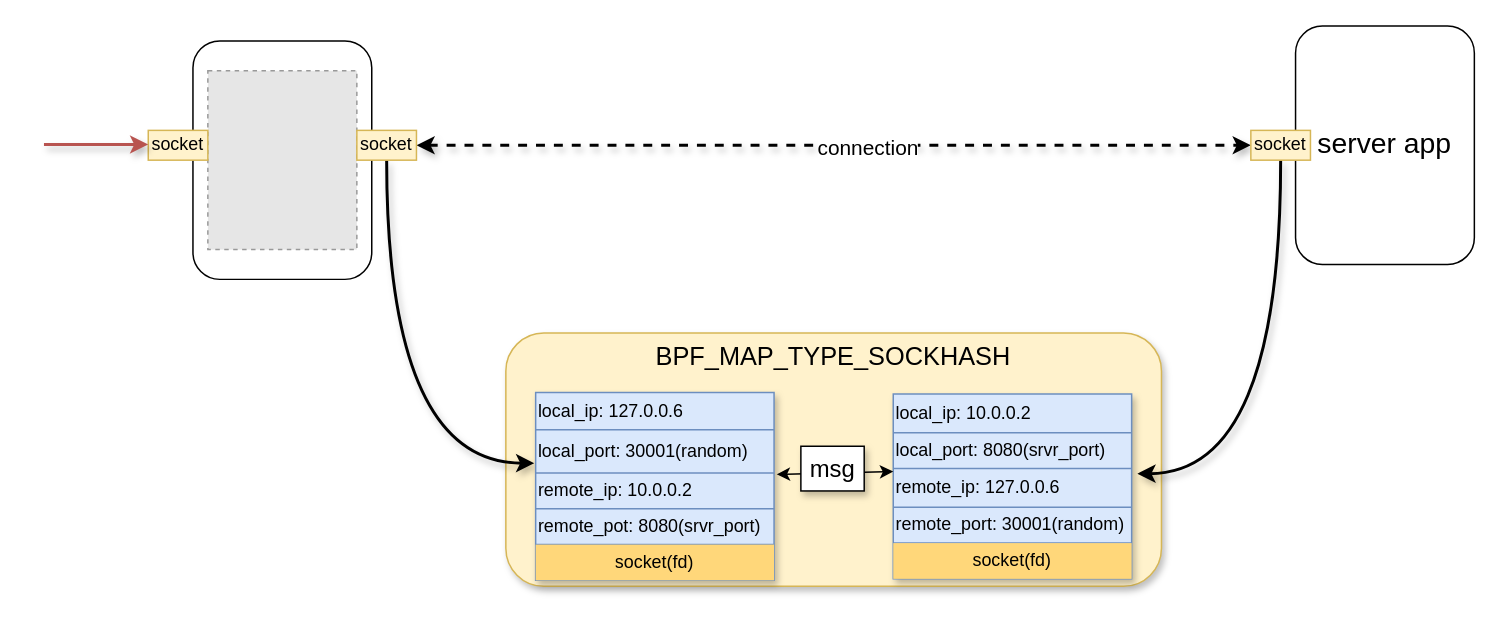
The draw.io diagram istio_dataflow/ingress_egress_envoy_to_envoy/Ingress_acceleration.drawio in LuyaoZhong/Documents, before the edit. Source tidied: cells renumbered, new cells numbered last; positions are measured from the earlier drawing's top-left corner, leaving out a move shared by most shapes. Both pictures are drawn from the tidied source at 149%, with x=0, y=0 at pixel (43, 25). Pictures stored in the file or linked from it are replaced by grey dashed boxes.
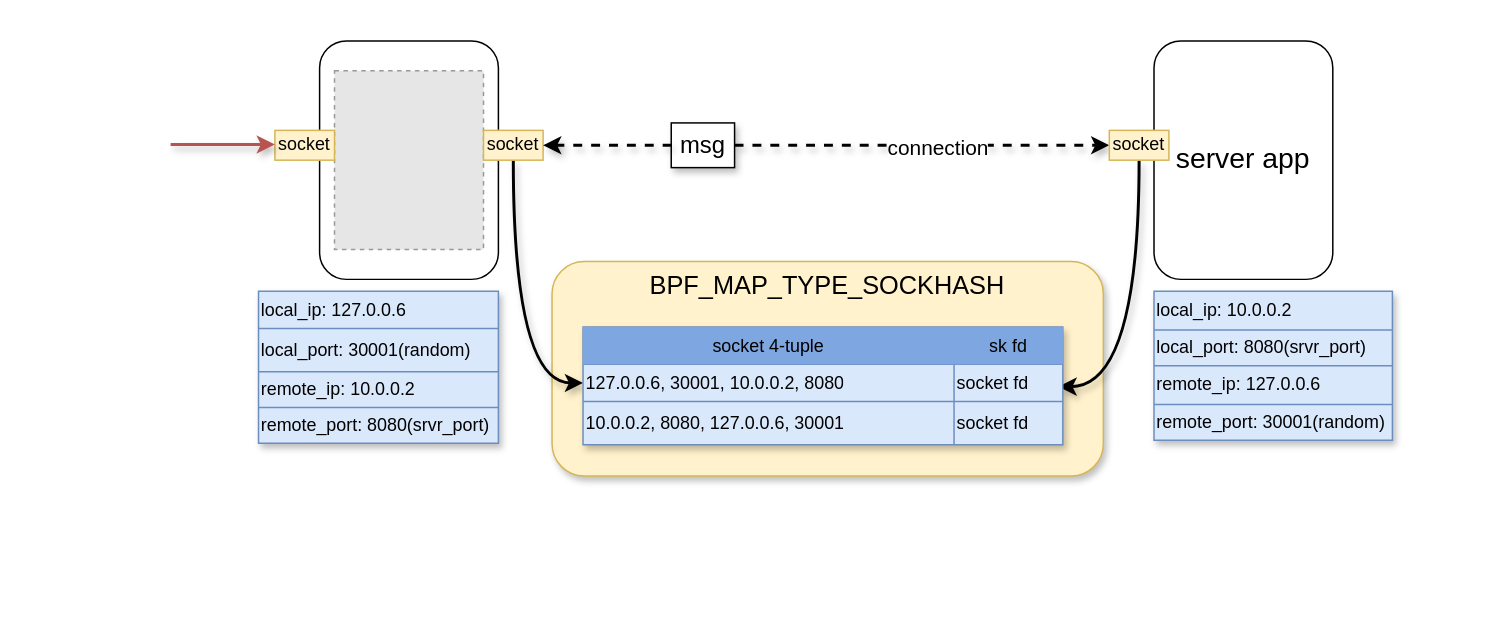
The same page after the edit.

Unchanged cells that the change refers to:
```xml
<mxCell id="28" style="shape=partialRectangle;html=1;whiteSpace=wrap;fillColor=none;top=0;left=0;bottom=0;right=0;points=[[0,0.5],[1,0.5]];portConstraint=eastwest;" parent="25" vertex="1">
  <mxGeometry y="26" width="160" height="24" as="geometry" />
</mxCell>
<mxCell id="30" style="shape=partialRectangle;html=1;whiteSpace=wrap;fillColor=none;top=0;left=0;bottom=0;right=0;points=[[0,0.5],[1,0.5]];portConstraint=eastwest;" parent="25" vertex="1">
  <mxGeometry y="50" width="160" height="26" as="geometry" />
</mxCell>
```

Diff of the diagram source:
```diff
@@
     <mxCell id="2" value="&lt;span style=&quot;font-size: 17px&quot;&gt;BPF_MAP_TYPE_SOCKHASH&lt;/span&gt;" style="rounded=1;whiteSpace=wrap;html=1;align=center;shadow=1;verticalAlign=top;fillColor=#fff2cc;strokeColor=#d6b656;" parent="1" vertex="1">
-      <mxGeometry x="310" y="206" width="440" height="170" as="geometry" />
+      <mxGeometry x="341" y="158" width="370" height="144" as="geometry" />
     </mxCell>
     <mxCell id="3" style="rounded=1;whiteSpace=wrap;html=1;" parent="1" vertex="1">
-      <mxGeometry x="100" y="10" width="120" height="160" as="geometry" />
+      <mxGeometry x="185" y="10" width="120" height="160" as="geometry" />
     </mxCell>
     <mxCell id="4" style="fillColor=#E6E6E6;strokeColor=#999999;dashed=1;verticalLabelPosition=bottom;labelBackgroundColor=#ffffff;verticalAlign=top;" parent="1" vertex="1">
-      <mxGeometry x="110" y="30" width="100" height="120" as="geometry" />
+      <mxGeometry x="195" y="30" width="100" height="120" as="geometry" />
     </mxCell>
     <mxCell id="5" value="&lt;font style=&quot;font-size: 19px&quot;&gt;server app&lt;/font&gt;" style="rounded=1;whiteSpace=wrap;html=1;" parent="1" vertex="1">
-      <mxGeometry x="840" width="120" height="160" as="geometry" />
+      <mxGeometry x="745" y="10" width="120" height="160" as="geometry" />
     </mxCell>
-    <mxCell id="6" style="edgeStyle=orthogonalEdgeStyle;rounded=0;jettySize=auto;html=1;entryX=0;entryY=0.5;entryDx=0;entryDy=0;shadow=1;strokeWidth=2;startArrow=classic;startFill=1;dashed=1;" parent="1" edge="1" source="9" target="11">
+    <mxCell id="6" style="edgeStyle=orthogonalEdgeStyle;rounded=0;jettySize=auto;html=1;entryX=0;entryY=0.5;entryDx=0;entryDy=0;shadow=1;strokeWidth=2;startArrow=none;startFill=1;dashed=1;" parent="1" edge="1" source="37" target="11">
       <mxGeometry relative="1" as="geometry" />
     </mxCell>
@@
-    <mxCell id="8" style="edgeStyle=orthogonalEdgeStyle;rounded=0;jettySize=auto;html=1;entryX=-0.006;entryY=-0.278;entryDx=0;entryDy=0;entryPerimeter=0;shadow=1;startArrow=none;startFill=0;strokeWidth=2;curved=1;" parent="1" edge="1" source="9" target="19">
+    <mxCell id="8" style="edgeStyle=orthogonalEdgeStyle;rounded=0;jettySize=auto;html=1;shadow=1;startArrow=none;startFill=0;strokeWidth=2;curved=1;entryX=0;entryY=0.5;entryDx=0;entryDy=0;" parent="1" edge="1" source="9" target="43">
       <mxGeometry relative="1" as="geometry" />
     </mxCell>
     <mxCell id="9" value="socket" style="text;html=1;strokeColor=#d6b656;fillColor=#fff2cc;align=center;verticalAlign=middle;whiteSpace=wrap;rounded=0;" parent="1" vertex="1">
-      <mxGeometry x="210" y="70" width="40" height="20" as="geometry" />
+      <mxGeometry x="295" y="70" width="40" height="20" as="geometry" />
     </mxCell>
-    <mxCell id="10" style="edgeStyle=orthogonalEdgeStyle;curved=1;rounded=0;jettySize=auto;html=1;entryX=1.024;entryY=0.13;entryDx=0;entryDy=0;entryPerimeter=0;shadow=1;startArrow=none;startFill=0;strokeWidth=2;" parent="1" edge="1" source="11" target="30">
+    <mxCell id="10" style="edgeStyle=orthogonalEdgeStyle;curved=1;rounded=0;jettySize=auto;html=1;shadow=1;startArrow=none;startFill=0;strokeWidth=2;entryX=0.991;entryY=0.6;entryDx=0;entryDy=0;entryPerimeter=0;" parent="1" edge="1" source="11" target="43">
       <mxGeometry relative="1" as="geometry" />
     </mxCell>
     <mxCell id="11" value="socket" style="text;html=1;strokeColor=#d6b656;fillColor=#fff2cc;align=center;verticalAlign=middle;whiteSpace=wrap;rounded=0;" parent="1" vertex="1">
-      <mxGeometry x="810" y="70" width="40" height="20" as="geometry" />
+      <mxGeometry x="715" y="70" width="40" height="20" as="geometry" />
     </mxCell>
     <mxCell id="12" value="socket" style="text;html=1;strokeColor=#d6b656;fillColor=#fff2cc;align=center;verticalAlign=middle;whiteSpace=wrap;rounded=0;" parent="1" vertex="1">
-      <mxGeometry x="70" y="70" width="40" height="20" as="geometry" />
+      <mxGeometry x="155" y="70" width="40" height="20" as="geometry" />
     </mxCell>
     <mxCell id="13" style="endArrow=classic;html=1;strokeWidth=2;shadow=1;fillColor=#f8cecc;strokeColor=#b85450;" parent="1" edge="1">
       <mxGeometry relative="1" as="geometry">
-        <mxPoint y="79.5" as="sourcePoint" />
-        <mxPoint x="70" y="79.5" as="targetPoint" />
+        <mxPoint x="85" y="79.5" as="sourcePoint" />
+        <mxPoint x="155" y="79.5" as="targetPoint" />
       </mxGeometry>
     </mxCell>
     <mxCell id="14" style="shape=table;html=1;whiteSpace=wrap;startSize=0;childLayout=tableLayout;fillColor=#dae8fc;strokeColor=#6c8ebf;shadow=1;align=left;" parent="1" vertex="1">
-      <mxGeometry x="330" y="246" width="160" height="126" as="geometry" />
+      <mxGeometry x="144" y="178" width="161" height="102" as="geometry" />
     </mxCell>
     <mxCell id="15" style="shape=partialRectangle;html=1;whiteSpace=wrap;fillColor=none;top=0;left=0;bottom=0;right=0;" parent="14" vertex="1">
-      <mxGeometry width="160" height="25" as="geometry" />
+      <mxGeometry width="161" height="25" as="geometry" />
     </mxCell>
     <mxCell id="16" value="local_ip: 127.0.0.6" style="shape=partialRectangle;html=1;whiteSpace=wrap;overflow=hidden;fillColor=none;top=0;left=0;bottom=0;right=0;align=left;" parent="15" vertex="1">
-      <mxGeometry width="160" height="25" as="geometry" />
+      <mxGeometry width="161" height="25" as="geometry" />
     </mxCell>
     <mxCell id="17" style="shape=partialRectangle;html=1;whiteSpace=wrap;fillColor=none;top=0;left=0;bottom=0;right=0;points=[[0,0.5],[1,0.5]];portConstraint=eastwest;" parent="14" vertex="1">
-      <mxGeometry y="25" width="160" height="29" as="geometry" />
+      <mxGeometry y="25" width="161" height="29" as="geometry" />
     </mxCell>
     <mxCell id="18" value="local_port: 30001(random)" style="shape=partialRectangle;html=1;whiteSpace=wrap;overflow=hidden;fillColor=none;top=0;left=0;bottom=0;right=0;align=left;" parent="17" vertex="1">
-      <mxGeometry width="160" height="29" as="geometry" />
+      <mxGeometry width="161" height="29" as="geometry" />
     </mxCell>
     <mxCell id="19" style="shape=partialRectangle;html=1;whiteSpace=wrap;fillColor=none;top=0;left=0;bottom=0;right=0;points=[[0,0.5],[1,0.5]];portConstraint=eastwest;" parent="14" vertex="1">
-      <mxGeometry y="54" width="160" height="24" as="geometry" />
+      <mxGeometry y="54" width="161" height="24" as="geometry" />
     </mxCell>
     <mxCell id="20" value="remote_ip: 10.0.0.2" style="shape=partialRectangle;html=1;whiteSpace=wrap;overflow=hidden;fillColor=none;top=0;left=0;bottom=0;right=0;align=left;" parent="19" vertex="1">
-      <mxGeometry width="160" height="24" as="geometry" />
+      <mxGeometry width="161" height="24" as="geometry" />
     </mxCell>
     <mxCell id="21" style="shape=partialRectangle;html=1;whiteSpace=wrap;fillColor=none;top=0;left=0;bottom=0;right=0;" parent="14" vertex="1">
-      <mxGeometry y="78" width="160" height="24" as="geometry" />
+      <mxGeometry y="78" width="161" height="24" as="geometry" />
     </mxCell>
-    <mxCell id="22" value="remote_pot: 8080(srvr_port)" style="shape=partialRectangle;html=1;whiteSpace=wrap;overflow=hidden;fillColor=none;top=0;left=0;bottom=0;right=0;align=left;" parent="21" vertex="1">
-      <mxGeometry width="160" height="24" as="geometry" />
+    <mxCell id="22" value="remote_port: 8080(srvr_port)" style="shape=partialRectangle;html=1;whiteSpace=wrap;overflow=hidden;fillColor=none;top=0;left=0;bottom=0;right=0;align=left;" parent="21" vertex="1">
+      <mxGeometry width="161" height="24" as="geometry" />
     </mxCell>
-    <mxCell id="23" style="shape=partialRectangle;html=1;whiteSpace=wrap;fillColor=none;top=0;left=0;bottom=0;right=0;" parent="14" vertex="1">
-      <mxGeometry y="102" width="160" height="24" as="geometry" />
-    </mxCell>
-    <mxCell id="24" value="socket(fd)" style="shape=partialRectangle;html=1;whiteSpace=wrap;overflow=hidden;fillColor=#FFD77A;top=0;left=0;bottom=0;right=0;align=center;" parent="23" vertex="1">
-      <mxGeometry width="160" height="24" as="geometry" />
-    </mxCell>
     <mxCell id="25" style="shape=table;html=1;whiteSpace=wrap;startSize=0;childLayout=tableLayout;fillColor=#dae8fc;strokeColor=#6c8ebf;shadow=1;" parent="1" vertex="1">
-      <mxGeometry x="570" y="247" width="160" height="124" as="geometry" />
+      <mxGeometry x="745" y="178" width="160" height="100" as="geometry" />
     </mxCell>
@@
-    <mxCell id="34" style="shape=partialRectangle;html=1;whiteSpace=wrap;fillColor=none;top=0;left=0;bottom=0;right=0;" parent="25" vertex="1">
-      <mxGeometry y="100" width="160" height="24" as="geometry" />
-    </mxCell>
-    <mxCell id="35" value="socket(fd)" style="shape=partialRectangle;html=1;whiteSpace=wrap;overflow=hidden;fillColor=#FFD77A;top=0;left=0;bottom=0;right=0;align=center;" parent="34" vertex="1">
-      <mxGeometry width="160" height="24" as="geometry" />
-    </mxCell>
-    <mxCell id="36" style="endArrow=classic;startArrow=classic;html=1;entryX=0;entryY=1.083;entryDx=0;entryDy=0;entryPerimeter=0;exitX=1.011;exitY=1.03;exitDx=0;exitDy=0;exitPerimeter=0;shadow=0;labelBackgroundColor=#ffffff;" parent="1" edge="1" source="17" target="28">
-      <mxGeometry relative="1" as="geometry" />
-    </mxCell>
     <mxCell id="37" value="msg" style="rounded=0;whiteSpace=wrap;html=1;shadow=1;labelBackgroundColor=none;fontSize=16;align=center;" parent="1" vertex="1">
-      <mxGeometry x="508" y="282" width="42.5" height="30" as="geometry" />
+      <mxGeometry x="421" y="65" width="42.5" height="30" as="geometry" />
     </mxCell>
+    <mxCell id="38" style="edgeStyle=orthogonalEdgeStyle;rounded=0;jettySize=auto;html=1;entryX=0;entryY=0.5;entryDx=0;entryDy=0;shadow=1;strokeWidth=2;startArrow=classic;startFill=1;dashed=1;endArrow=none;" parent="1" edge="1" source="9" target="37">
+      <mxGeometry relative="1" as="geometry" />
+    </mxCell>
+    <mxCell id="39" style="shape=table;html=1;whiteSpace=wrap;startSize=0;childLayout=tableLayout;fillColor=#dae8fc;strokeColor=#6c8ebf;shadow=1;align=left;" parent="1" vertex="1">
+      <mxGeometry x="361.8" y="202" width="322" height="79" as="geometry" />
+    </mxCell>
+    <mxCell id="40" style="shape=partialRectangle;html=1;whiteSpace=wrap;fillColor=none;top=0;left=0;bottom=0;right=0;" parent="39" vertex="1">
+      <mxGeometry width="322" height="25" as="geometry" />
+    </mxCell>
+    <mxCell id="41" value="socket 4-tuple" style="shape=partialRectangle;html=1;whiteSpace=wrap;overflow=hidden;fillColor=#7EA6E0;top=0;left=0;bottom=0;right=0;align=center;" parent="40" vertex="1">
+      <mxGeometry width="249" height="25" as="geometry" />
+    </mxCell>
+    <mxCell id="42" value="sk fd" style="shape=partialRectangle;html=1;whiteSpace=wrap;overflow=hidden;fillColor=#7EA6E0;top=0;left=0;bottom=0;right=0;align=center;" parent="40" vertex="1">
+      <mxGeometry x="249" width="73" height="25" as="geometry" />
+    </mxCell>
+    <mxCell id="43" style="shape=partialRectangle;html=1;whiteSpace=wrap;fillColor=none;top=0;left=0;bottom=0;right=0;points=[[0,0.5],[1,0.5]];portConstraint=eastwest;" parent="39" vertex="1">
+      <mxGeometry y="25" width="322" height="25" as="geometry" />
+    </mxCell>
+    <mxCell id="44" value="127.0.0.6, 30001, 10.0.0.2, 8080" style="shape=partialRectangle;html=1;whiteSpace=wrap;overflow=hidden;fillColor=none;top=0;left=0;bottom=0;right=0;align=left;" parent="43" vertex="1">
+      <mxGeometry width="249" height="25" as="geometry" />
+    </mxCell>
+    <mxCell id="45" value="socket fd" style="shape=partialRectangle;html=1;whiteSpace=wrap;overflow=hidden;fillColor=none;top=0;left=0;bottom=0;right=0;align=left;" parent="43" vertex="1">
+      <mxGeometry x="249" width="73" height="25" as="geometry" />
+    </mxCell>
+    <mxCell id="46" style="shape=partialRectangle;html=1;whiteSpace=wrap;fillColor=none;top=0;left=0;bottom=0;right=0;" parent="39" vertex="1">
+      <mxGeometry y="50" width="322" height="29" as="geometry" />
+    </mxCell>
+    <mxCell id="47" value="10.0.0.2, 8080, 127.0.0.6, 30001" style="shape=partialRectangle;html=1;whiteSpace=wrap;overflow=hidden;fillColor=none;top=0;left=0;bottom=0;right=0;align=left;" parent="46" vertex="1">
+      <mxGeometry width="249" height="29" as="geometry" />
+    </mxCell>
+    <mxCell id="48" value="socket fd" style="shape=partialRectangle;html=1;whiteSpace=wrap;overflow=hidden;fillColor=none;top=0;left=0;bottom=0;right=0;align=left;" parent="46" vertex="1">
+      <mxGeometry x="249" width="73" height="29" as="geometry" />
+    </mxCell>
```
